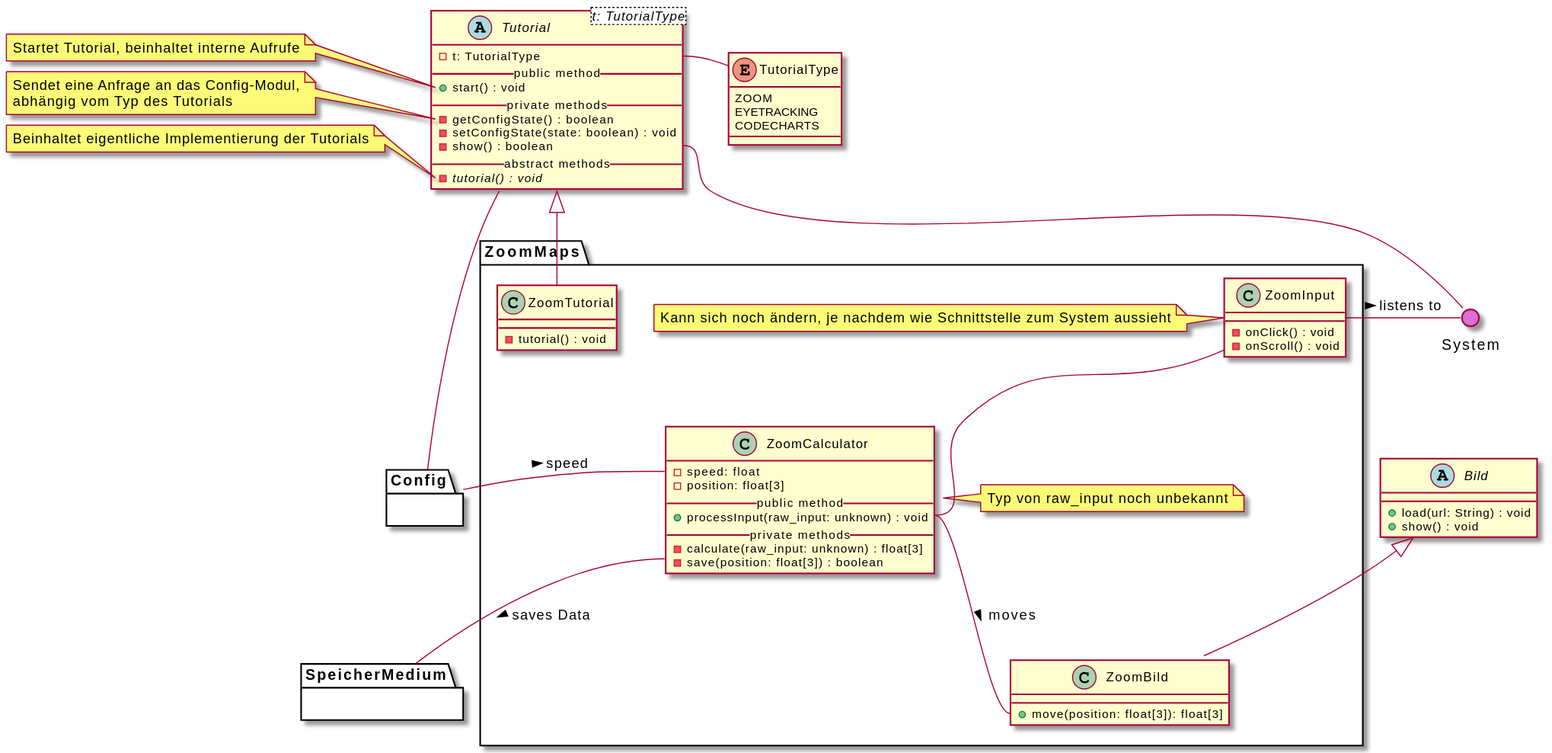
Before: meilenstein_03/uml-zoommaps/zoommaps-notes.svg, a diagram exported from PlantUML (weichware10/meilensteine).
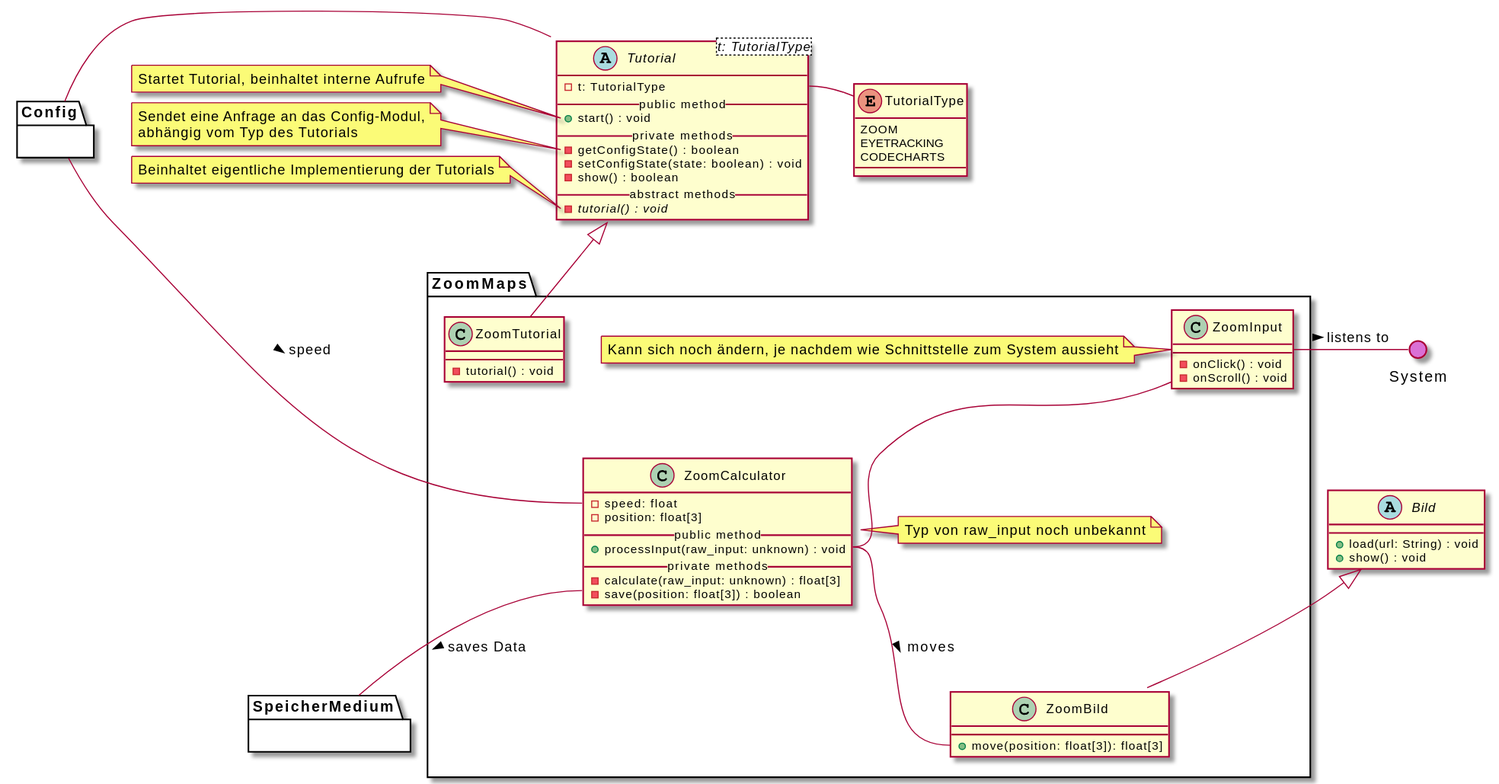
The same file after the commit.

Commit message:
Render PlantUML SVGs

Diff of the diagram source:
```diff
@@ -32,8 +32,7 @@
 end note
 
 Tutorial::t -r- TutorialType
-Tutorial::show -- System
-Tutorial -- Config
+Tutorial -l- Config
 
 
 
@@ -83,7 +82,7 @@
     ZoomCalculator::processInput  -- ZoomBild::move : > moves
 
     ZoomCalculator::save -- SpeicherMedium : > saves Data
-    ZoomCalculator::speed -r- Config : < speed
+    ZoomCalculator::speed -l- Config : < speed
     ZoomInput -r- System : > listens to
 
 }
```
